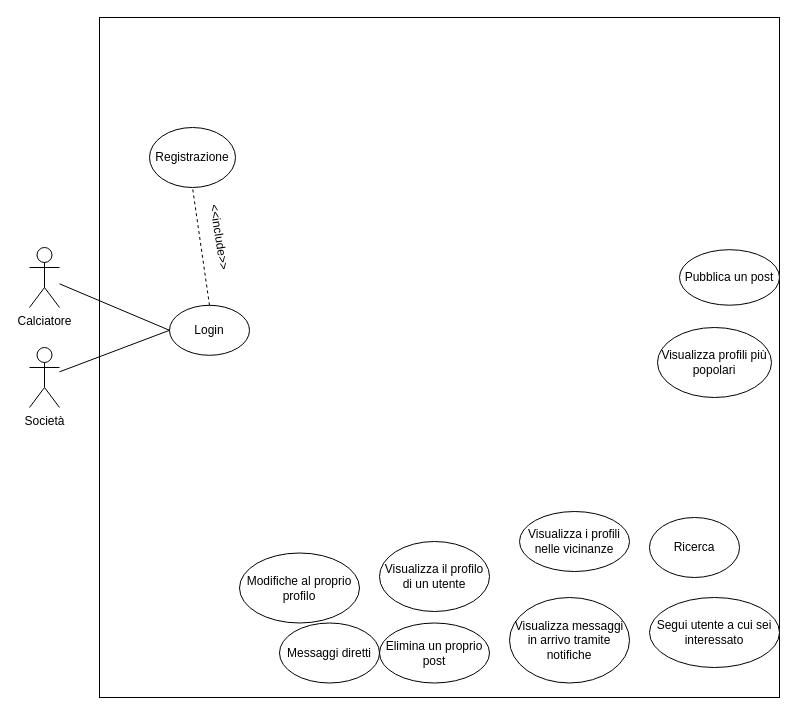
Before: casiuso.drawio in giomape/Esame_maturita, a draw.io diagram. Source tidied: cells renumbered, new cells numbered last; positions are measured from the earlier drawing's top-left corner, leaving out a move shared by most shapes. Both pictures are drawn from the tidied source at 100%, with x=0, y=0 at pixel (29, 17).
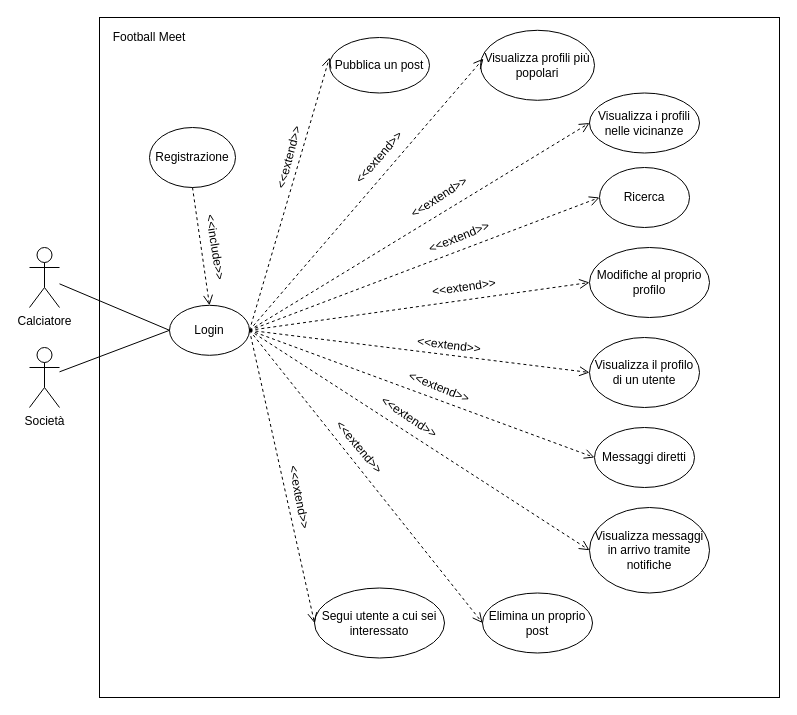
The same page after the edit.

Commit message:
Casi d'uso

The change refers to these unchanged cells:
```xml
<mxCell id="5" value="Registrazione" style="ellipse;whiteSpace=wrap;html=1;" parent="1" vertex="1">
  <mxGeometry x="120" y="110" width="86" height="60" as="geometry" />
</mxCell>
<mxCell id="6" value="Login" style="ellipse;whiteSpace=wrap;html=1;" parent="1" vertex="1">
  <mxGeometry x="140" y="287.8" width="80" height="50" as="geometry" />
</mxCell>
```

What changed in the source:
```diff
@@
     <mxCell id="7" value="Ricerca" style="ellipse;whiteSpace=wrap;html=1;" parent="1" vertex="1">
-      <mxGeometry x="620" y="500" width="90" height="60" as="geometry" />
+      <mxGeometry x="570" y="150" width="90" height="60" as="geometry" />
     </mxCell>
     <mxCell id="8" value="Messaggi diretti" style="ellipse;whiteSpace=wrap;html=1;" parent="1" vertex="1">
-      <mxGeometry x="250" y="605.5" width="100" height="60" as="geometry" />
+      <mxGeometry x="565" y="410" width="100" height="60" as="geometry" />
     </mxCell>
     <mxCell id="9" value="Modifiche al proprio profilo" style="ellipse;whiteSpace=wrap;html=1;" parent="1" vertex="1">
-      <mxGeometry x="210" y="535.5" width="120" height="70" as="geometry" />
+      <mxGeometry x="560" y="230" width="120" height="70" as="geometry" />
     </mxCell>
     <mxCell id="10" value="Segui utente a cui sei interessato" style="ellipse;whiteSpace=wrap;html=1;" parent="1" vertex="1">
-      <mxGeometry x="620" y="580" width="130" height="70" as="geometry" />
+      <mxGeometry x="285" y="570.5" width="130" height="70" as="geometry" />
     </mxCell>
     <mxCell id="11" value="Pubblica un post" style="ellipse;whiteSpace=wrap;html=1;" parent="1" vertex="1">
-      <mxGeometry x="650" y="232.2" width="100" height="55.5" as="geometry" />
+      <mxGeometry x="300" y="20" width="100" height="55.5" as="geometry" />
     </mxCell>
     <mxCell id="12" value="Visualizza il profilo di un utente" style="ellipse;whiteSpace=wrap;html=1;" parent="1" vertex="1">
-      <mxGeometry x="350" y="524" width="110" height="70" as="geometry" />
+      <mxGeometry x="560" y="320" width="110" height="70" as="geometry" />
     </mxCell>
     <mxCell id="13" value="Visualizza i profili nelle vicinanze" style="ellipse;whiteSpace=wrap;html=1;" parent="1" vertex="1">
-      <mxGeometry x="490" y="494" width="110" height="60" as="geometry" />
+      <mxGeometry x="560" y="75.5" width="110" height="60" as="geometry" />
     </mxCell>
     <mxCell id="14" value="Elimina un proprio post" style="ellipse;whiteSpace=wrap;html=1;" parent="1" vertex="1">
-      <mxGeometry x="350" y="605.5" width="110" height="60" as="geometry" />
+      <mxGeometry x="453" y="575.5" width="110" height="60" as="geometry" />
     </mxCell>
     <mxCell id="15" value="Visualizza profili più popolari" style="ellipse;whiteSpace=wrap;html=1;" parent="1" vertex="1">
-      <mxGeometry x="628" y="310" width="114" height="70" as="geometry" />
+      <mxGeometry x="451" y="12.8" width="114" height="70" as="geometry" />
     </mxCell>
     <mxCell id="16" value="Visualizza messaggi in arrivo tramite notifiche" style="ellipse;whiteSpace=wrap;html=1;" parent="1" vertex="1">
-      <mxGeometry x="480" y="580" width="120" height="85.5" as="geometry" />
+      <mxGeometry x="560" y="490" width="120" height="85.5" as="geometry" />
     </mxCell>
@@
-    <mxCell id="19" style="endArrow=none;dashed=1;html=1;entryX=0.5;entryY=1;entryDx=0;entryDy=0;exitX=0.5;exitY=0;exitDx=0;exitDy=0;" parent="1" edge="1" source="6" target="5">
-      <mxGeometry relative="1" as="geometry" />
-    </mxCell>
     <mxCell id="20" value="&amp;lt;&amp;lt;include&amp;gt;&amp;gt;" style="text;html=1;strokeColor=none;fillColor=none;align=center;verticalAlign=middle;whiteSpace=wrap;rounded=0;rotation=81;" parent="1" vertex="1">
-      <mxGeometry x="170" y="210" width="40" height="20" as="geometry" />
+      <mxGeometry x="166" y="220" width="40" height="20" as="geometry" />
     </mxCell>
+    <mxCell id="21" value="&amp;lt;&amp;lt;extend&amp;gt;&amp;gt;" style="text;html=1;strokeColor=none;fillColor=none;align=center;verticalAlign=middle;whiteSpace=wrap;rounded=0;rotation=-75;" parent="1" vertex="1">
+      <mxGeometry x="240" y="130" width="40" height="20" as="geometry" />
+    </mxCell>
+    <mxCell id="22" value="&amp;lt;&amp;lt;extend&amp;gt;&amp;gt;" style="text;html=1;strokeColor=none;fillColor=none;align=center;verticalAlign=middle;whiteSpace=wrap;rounded=0;rotation=7;" parent="1" vertex="1">
+      <mxGeometry x="400" y="317.8" width="40" height="20" as="geometry" />
+    </mxCell>
+    <mxCell id="23" value="&amp;lt;&amp;lt;extend&amp;gt;&amp;gt;" style="text;html=1;strokeColor=none;fillColor=none;align=center;verticalAlign=middle;whiteSpace=wrap;rounded=0;rotation=22;" parent="1" vertex="1">
+      <mxGeometry x="390" y="360" width="40" height="20" as="geometry" />
+    </mxCell>
+    <mxCell id="24" value="&amp;lt;&amp;lt;extend&amp;gt;&amp;gt;" style="text;html=1;strokeColor=none;fillColor=none;align=center;verticalAlign=middle;whiteSpace=wrap;rounded=0;rotation=34;" parent="1" vertex="1">
+      <mxGeometry x="360" y="390" width="40" height="20" as="geometry" />
+    </mxCell>
+    <mxCell id="25" value="&amp;lt;&amp;lt;extend&amp;gt;&amp;gt;" style="text;html=1;strokeColor=none;fillColor=none;align=center;verticalAlign=middle;whiteSpace=wrap;rounded=0;rotation=50;" parent="1" vertex="1">
+      <mxGeometry x="310" y="420" width="40" height="20" as="geometry" />
+    </mxCell>
+    <mxCell id="26" value="&amp;lt;&amp;lt;extend&amp;gt;&amp;gt;" style="text;html=1;strokeColor=none;fillColor=none;align=center;verticalAlign=middle;whiteSpace=wrap;rounded=0;rotation=79;" parent="1" vertex="1">
+      <mxGeometry x="250" y="470" width="40" height="20" as="geometry" />
+    </mxCell>
+    <mxCell id="27" value="&amp;lt;&amp;lt;extend&amp;gt;&amp;gt;" style="text;html=1;strokeColor=none;fillColor=none;align=center;verticalAlign=middle;whiteSpace=wrap;rounded=0;rotation=-33;" parent="1" vertex="1">
+      <mxGeometry x="390" y="170" width="40" height="20" as="geometry" />
+    </mxCell>
+    <mxCell id="28" value="&amp;lt;&amp;lt;extend&amp;gt;&amp;gt;" style="text;html=1;strokeColor=none;fillColor=none;align=center;verticalAlign=middle;whiteSpace=wrap;rounded=0;rotation=-22;" parent="1" vertex="1">
+      <mxGeometry x="410" y="210" width="40" height="20" as="geometry" />
+    </mxCell>
+    <mxCell id="29" value="&amp;lt;&amp;lt;extend&amp;gt;&amp;gt;" style="text;html=1;strokeColor=none;fillColor=none;align=center;verticalAlign=middle;whiteSpace=wrap;rounded=0;rotation=-8;" parent="1" vertex="1">
+      <mxGeometry x="415" y="260" width="40" height="20" as="geometry" />
+    </mxCell>
+    <mxCell id="30" value="&amp;lt;&amp;lt;extend&amp;gt;&amp;gt;" style="text;html=1;strokeColor=none;fillColor=none;align=center;verticalAlign=middle;whiteSpace=wrap;rounded=0;rotation=-49;" parent="1" vertex="1">
+      <mxGeometry x="330" y="130" width="40" height="20" as="geometry" />
+    </mxCell>
+    <mxCell id="31" value="Football Meet" style="text;html=1;strokeColor=none;fillColor=none;align=center;verticalAlign=middle;whiteSpace=wrap;rounded=0;" parent="1" vertex="1">
+      <mxGeometry x="80" y="10" width="80" height="20" as="geometry" />
+    </mxCell>
+    <mxCell id="32" style="html=1;verticalAlign=bottom;endArrow=open;dashed=1;endSize=8;entryX=0.5;entryY=0;entryDx=0;entryDy=0;exitX=0.5;exitY=1;exitDx=0;exitDy=0;" parent="1" edge="1" source="5" target="6">
+      <mxGeometry x="-1" y="-123" relative="1" as="geometry">
+        <mxPoint x="-1" y="-8" as="offset" />
+      </mxGeometry>
+    </mxCell>
+    <mxCell id="33" style="html=1;verticalAlign=bottom;endArrow=open;dashed=1;endSize=8;exitX=1;exitY=0.5;exitDx=0;exitDy=0;entryX=0;entryY=0.36;entryDx=0;entryDy=0;entryPerimeter=0;" parent="1" edge="1" source="6" target="11">
+      <mxGeometry x="-0.54" y="-33" relative="1" as="geometry" />
+    </mxCell>
+    <mxCell id="34" style="html=1;verticalAlign=bottom;endArrow=open;dashed=1;endSize=8;exitX=1;exitY=0.5;exitDx=0;exitDy=0;entryX=0.026;entryY=0.404;entryDx=0;entryDy=0;entryPerimeter=0;" parent="1" edge="1" source="6" target="15">
+      <mxGeometry x="-0.67" y="-68" relative="1" as="geometry" />
+    </mxCell>
+    <mxCell id="35" style="html=1;verticalAlign=bottom;endArrow=open;dashed=1;endSize=8;exitX=1;exitY=0.5;exitDx=0;exitDy=0;entryX=0;entryY=0.5;entryDx=0;entryDy=0;" parent="1" edge="1" source="6" target="13">
+      <mxGeometry x="-0.7" y="-56" relative="1" as="geometry" />
+    </mxCell>
+    <mxCell id="36" style="html=1;verticalAlign=bottom;endArrow=open;dashed=1;endSize=8;exitX=1;exitY=0.5;exitDx=0;exitDy=0;entryX=0;entryY=0.5;entryDx=0;entryDy=0;" parent="1" edge="1" source="6" target="7">
+      <mxGeometry x="-0.58" y="-48" relative="1" as="geometry" />
+    </mxCell>
+    <mxCell id="37" style="html=1;verticalAlign=bottom;endArrow=open;dashed=1;endSize=8;exitX=1;exitY=0.5;exitDx=0;exitDy=0;entryX=0;entryY=0.5;entryDx=0;entryDy=0;" parent="1" edge="1" source="6" target="9">
+      <mxGeometry x="-1" y="-78" relative="1" as="geometry">
+        <mxPoint x="-21" as="offset" />
+      </mxGeometry>
+    </mxCell>
+    <mxCell id="38" style="html=1;verticalAlign=bottom;endArrow=open;dashed=1;endSize=8;exitX=1;exitY=0.5;exitDx=0;exitDy=0;entryX=0;entryY=0.5;entryDx=0;entryDy=0;" parent="1" edge="1" source="6" target="12">
+      <mxGeometry x="-1" y="-105" relative="1" as="geometry">
+        <mxPoint x="-27" y="-7" as="offset" />
+      </mxGeometry>
+    </mxCell>
+    <mxCell id="39" style="html=1;verticalAlign=bottom;endArrow=open;dashed=1;endSize=8;exitX=1;exitY=0.5;exitDx=0;exitDy=0;entryX=0;entryY=0.5;entryDx=0;entryDy=0;" parent="1" edge="1" source="6" target="8">
+      <mxGeometry x="-1" y="-74" relative="1" as="geometry">
+        <mxPoint x="-4" y="-2" as="offset" />
+      </mxGeometry>
+    </mxCell>
+    <mxCell id="40" style="html=1;verticalAlign=bottom;endArrow=open;dashed=1;endSize=8;exitX=1;exitY=0.5;exitDx=0;exitDy=0;entryX=0;entryY=0.5;entryDx=0;entryDy=0;" parent="1" edge="1" source="6" target="16">
+      <mxGeometry x="-0.93" y="-95" relative="1" as="geometry" />
+    </mxCell>
+    <mxCell id="41" style="html=1;verticalAlign=bottom;endArrow=open;dashed=1;endSize=8;exitX=1;exitY=0.5;exitDx=0;exitDy=0;entryX=0;entryY=0.5;entryDx=0;entryDy=0;" parent="1" edge="1" source="6" target="14">
+      <mxGeometry x="-0.68" y="-98" relative="1" as="geometry" />
+    </mxCell>
+    <mxCell id="42" style="html=1;verticalAlign=bottom;endArrow=open;dashed=1;endSize=8;exitX=1;exitY=0.5;exitDx=0;exitDy=0;entryX=0;entryY=0.5;entryDx=0;entryDy=0;" parent="1" edge="1" source="6" target="10">
+      <mxGeometry x="-0.21" y="-98" relative="1" as="geometry" />
+    </mxCell>
```
